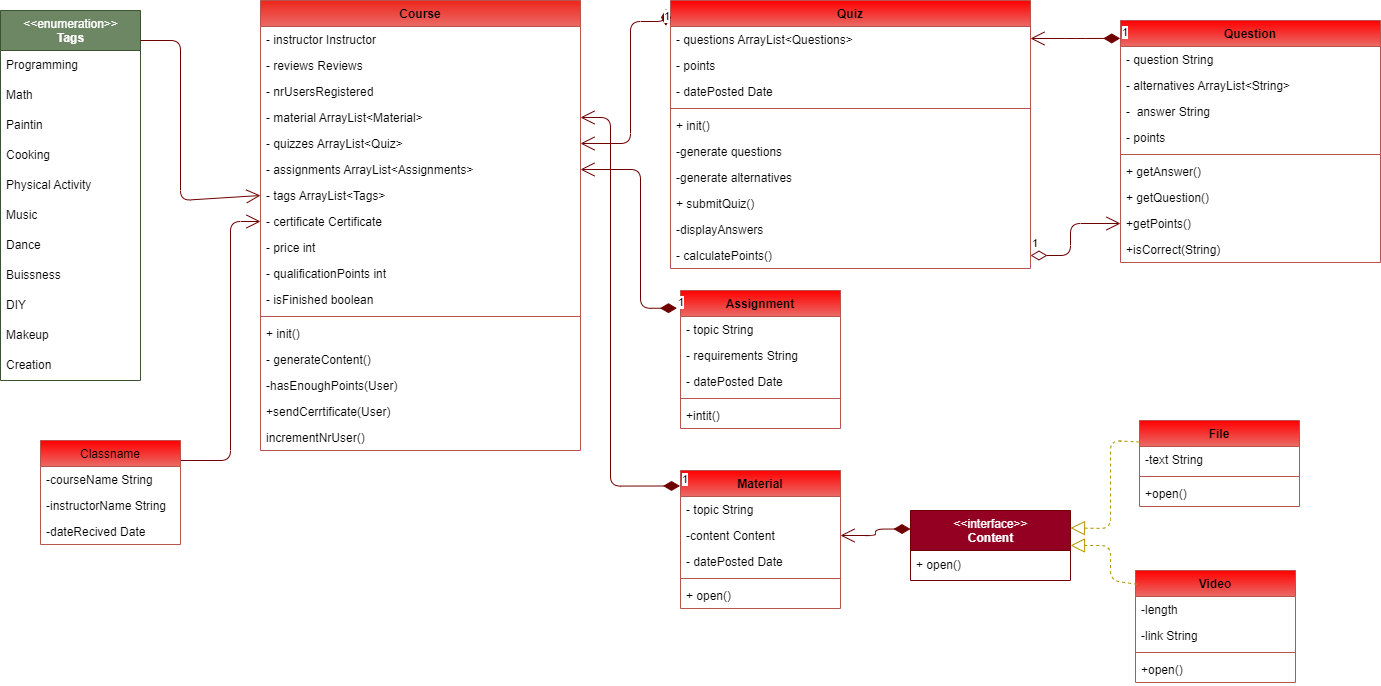
The draw.io diagram UserCases/ClassDiagram/Course.png in Mateogjini14/Software_Design, before a commit. Source tidied: cells renumbered, new cells last; positions are measured from the earlier drawing's top-left corner, leaving out a move shared by most shapes.
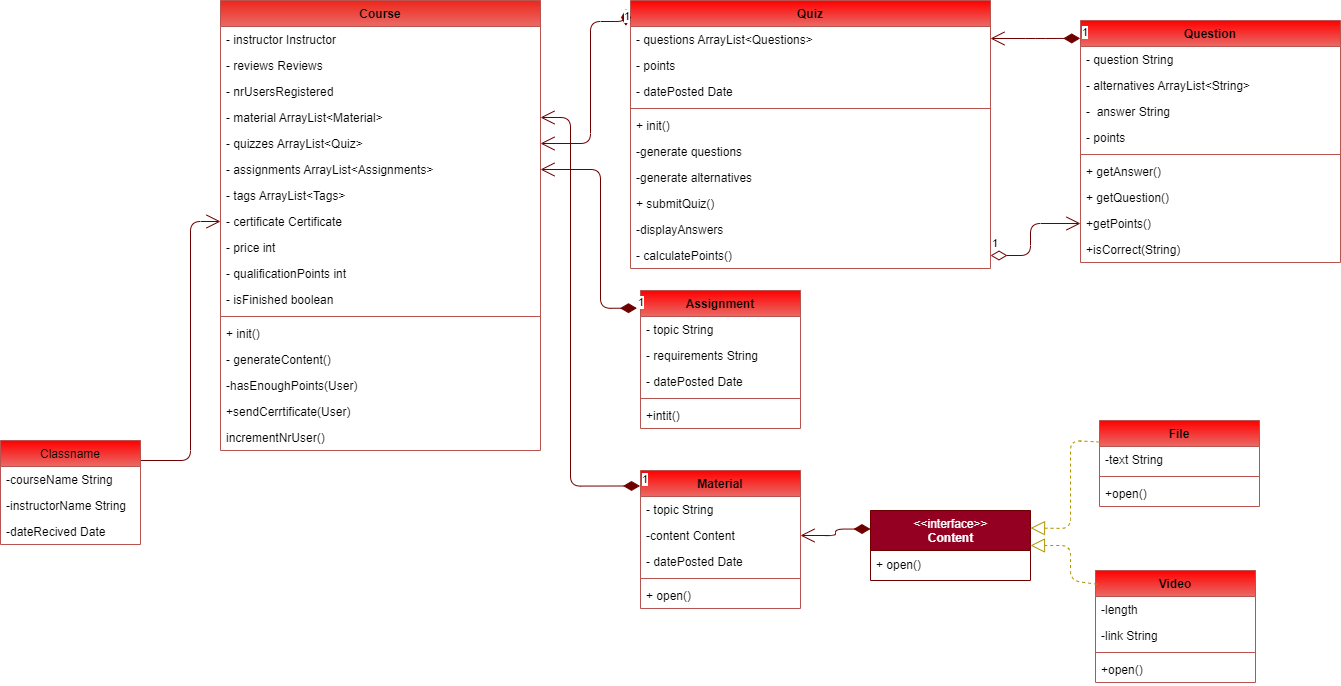
After the commit.

The edit, as a diff of the source:
```diff
@@ -56,42 +56,6 @@
     <mxCell id="19" value="incrementNrUser()" style="text;strokeColor=none;fillColor=none;align=left;verticalAlign=top;spacingLeft=4;spacingRight=4;overflow=hidden;fillStyle=auto;" parent="2" vertex="1">
       <mxGeometry y="424" width="320" height="26" as="geometry" />
     </mxCell>
-    <mxCell id="20" value="&amp;lt;&amp;lt;enumeration&amp;gt;&amp;gt;&lt;br&gt;&lt;b&gt;Tags&lt;/b&gt;" style="swimlane;fontStyle=0;align=center;verticalAlign=top;horizontal=1;startSize=40;html=1;fillStyle=auto;fillColor=#6d8764;fontColor=#ffffff;strokeColor=#3A5431;" parent="1" vertex="1">
-      <mxGeometry y="10" width="140" height="370" as="geometry" />
-    </mxCell>
-    <mxCell id="21" value="Programming" style="text;html=1;strokeColor=none;fillColor=none;align=left;verticalAlign=middle;spacingLeft=4;spacingRight=4;overflow=hidden;fillStyle=auto;" parent="20" vertex="1">
-      <mxGeometry y="40" width="140" height="30" as="geometry" />
-    </mxCell>
-    <mxCell id="22" value="Math" style="text;html=1;strokeColor=none;fillColor=none;align=left;verticalAlign=middle;spacingLeft=4;spacingRight=4;overflow=hidden;fillStyle=auto;" parent="20" vertex="1">
-      <mxGeometry y="70" width="140" height="30" as="geometry" />
-    </mxCell>
-    <mxCell id="23" value="Paintin" style="text;html=1;strokeColor=none;fillColor=none;align=left;verticalAlign=middle;spacingLeft=4;spacingRight=4;overflow=hidden;fillStyle=auto;" parent="20" vertex="1">
-      <mxGeometry y="100" width="140" height="30" as="geometry" />
-    </mxCell>
-    <mxCell id="24" value="Cooking" style="text;html=1;strokeColor=none;fillColor=none;align=left;verticalAlign=middle;spacingLeft=4;spacingRight=4;overflow=hidden;fillStyle=auto;" parent="20" vertex="1">
-      <mxGeometry y="130" width="140" height="30" as="geometry" />
-    </mxCell>
-    <mxCell id="25" value="Physical Activity" style="text;html=1;strokeColor=none;fillColor=none;align=left;verticalAlign=middle;spacingLeft=4;spacingRight=4;overflow=hidden;fillStyle=auto;" parent="20" vertex="1">
-      <mxGeometry y="160" width="140" height="30" as="geometry" />
-    </mxCell>
-    <mxCell id="26" value="Music" style="text;html=1;strokeColor=none;fillColor=none;align=left;verticalAlign=middle;spacingLeft=4;spacingRight=4;overflow=hidden;fillStyle=auto;" parent="20" vertex="1">
-      <mxGeometry y="190" width="140" height="30" as="geometry" />
-    </mxCell>
-    <mxCell id="27" value="Dance" style="text;html=1;strokeColor=none;fillColor=none;align=left;verticalAlign=middle;spacingLeft=4;spacingRight=4;overflow=hidden;fillStyle=auto;" parent="20" vertex="1">
-      <mxGeometry y="220" width="140" height="30" as="geometry" />
-    </mxCell>
-    <mxCell id="28" value="Buissness" style="text;html=1;strokeColor=none;fillColor=none;align=left;verticalAlign=middle;spacingLeft=4;spacingRight=4;overflow=hidden;fillStyle=auto;" parent="20" vertex="1">
-      <mxGeometry y="250" width="140" height="30" as="geometry" />
-    </mxCell>
-    <mxCell id="29" value="DIY" style="text;html=1;strokeColor=none;fillColor=none;align=left;verticalAlign=middle;spacingLeft=4;spacingRight=4;overflow=hidden;fillStyle=auto;" parent="20" vertex="1">
-      <mxGeometry y="280" width="140" height="30" as="geometry" />
-    </mxCell>
-    <mxCell id="30" value="Makeup" style="text;html=1;strokeColor=none;fillColor=none;align=left;verticalAlign=middle;spacingLeft=4;spacingRight=4;overflow=hidden;fillStyle=auto;" parent="20" vertex="1">
-      <mxGeometry y="310" width="140" height="30" as="geometry" />
-    </mxCell>
-    <mxCell id="31" value="Creation" style="text;html=1;strokeColor=none;fillColor=none;align=left;verticalAlign=middle;spacingLeft=4;spacingRight=4;overflow=hidden;fillStyle=auto;" parent="20" vertex="1">
-      <mxGeometry y="340" width="140" height="30" as="geometry" />
-    </mxCell>
     <mxCell id="32" value="Material" style="swimlane;fontStyle=1;align=center;verticalAlign=top;horizontal=1;startSize=26;fillStyle=auto;fillColor=#FF0000;gradientColor=#ea6b66;strokeColor=#b85450;" parent="1" vertex="1">
       <mxGeometry x="680" y="470" width="160" height="138" as="geometry" />
     </mxCell>
@@ -274,15 +238,6 @@
         </Array>
       </mxGeometry>
     </mxCell>
-    <mxCell id="83" style="endArrow=open;endFill=1;endSize=12;html=1;entryX=0;entryY=0.5;entryDx=0;entryDy=0;fillColor=#a20025;strokeColor=#6F0000;" parent="1" edge="1" target="9">
-      <mxGeometry relative="1" as="geometry">
-        <mxPoint x="140" y="40" as="sourcePoint" />
-        <Array as="points">
-          <mxPoint x="180" y="40" />
-          <mxPoint x="180" y="200" />
-        </Array>
-      </mxGeometry>
-    </mxCell>
     <mxCell id="84" value="1" style="endArrow=open;html=1;endSize=12;startArrow=diamondThin;startSize=14;startFill=1;edgeStyle=orthogonalEdgeStyle;align=left;verticalAlign=bottom;exitX=-0.003;exitY=0.112;exitDx=0;exitDy=0;exitPerimeter=0;entryX=1;entryY=0.5;entryDx=0;entryDy=0;fillColor=#a20025;strokeColor=#6F0000;" parent="1" edge="1" source="32" target="6">
       <mxGeometry x="-1" y="3" relative="1" as="geometry">
         <Array as="points">
@@ -291,15 +246,15 @@
         </Array>
       </mxGeometry>
     </mxCell>
-    <mxCell id="85" style="endArrow=open;endFill=1;endSize=12;html=1;entryX=0;entryY=0.5;entryDx=0;entryDy=0;fillColor=#a20025;strokeColor=#6F0000;" parent="1" edge="1" target="10">
-      <mxGeometry relative="1" as="geometry">
-        <mxPoint x="180" y="460" as="sourcePoint" />
-        <Array as="points">
-          <mxPoint x="230" y="460" />
-          <mxPoint x="230" y="221" />
-        </Array>
-      </mxGeometry>
-    </mxCell>
+    <mxCell id="90" style="endArrow=open;endFill=1;endSize=12;html=1;entryX=0;entryY=0.5;entryDx=0;entryDy=0;fillColor=#a20025;strokeColor=#6F0000;" parent="1" edge="1" target="10">
+      <mxGeometry relative="1" as="geometry">
+        <mxPoint x="180" y="460" as="sourcePoint" />
+        <Array as="points">
+          <mxPoint x="230" y="460" />
+          <mxPoint x="230" y="221" />
+        </Array>
+      </mxGeometry>
+    </mxCell>
     <mxCell id="86" value="Classname" style="swimlane;fontStyle=0;horizontal=1;startSize=26;fillColor=#FF0000;labelBackgroundColor=none;fillStyle=auto;gradientColor=#ea6b66;strokeColor=#b85450;" parent="1" vertex="1">
       <mxGeometry x="40" y="440" width="140" height="104" as="geometry" />
     </mxCell>
```
